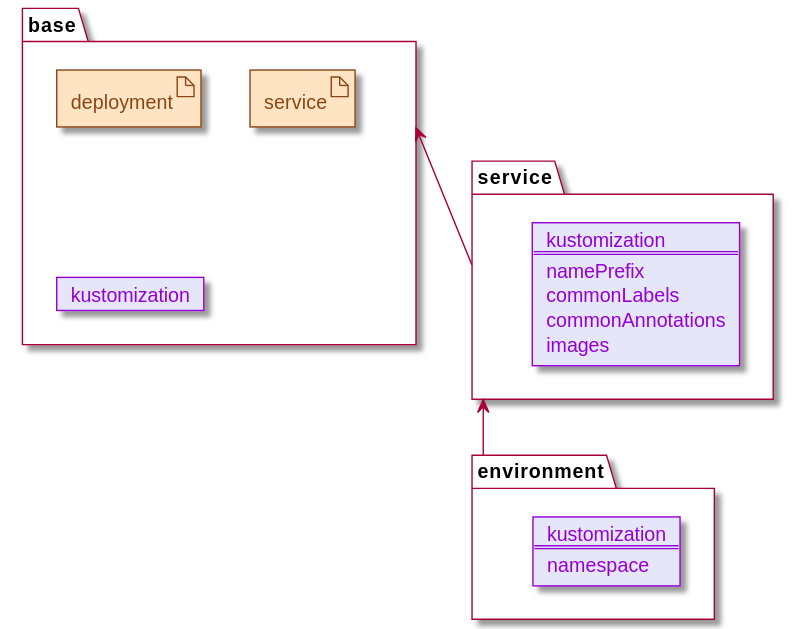
Before: documentation/images/kubernetes-folder-structure.svg, a diagram exported from PlantUML (LanDinh/khaleesi-ninja).
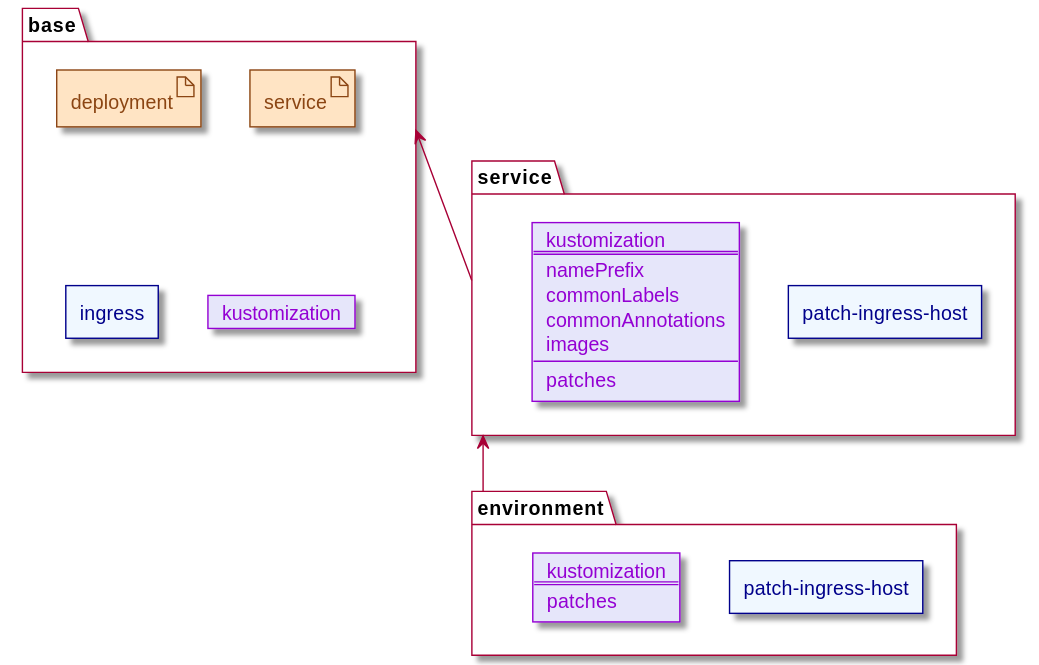
After the change.

What changed in the source:
```diff
@@ -1,5 +1,10 @@
 @startuml
 <style>
+agent {
+  BackgroundColor aliceblue
+  LineColor darkblue
+  FontColor darkblue
+}
 artifact {
   BackgroundColor bisque
   LineColor saddlebrown
@@ -15,10 +20,12 @@
 folder base {
   artifact deployment as base_deployment
   artifact service as base_service
+  agent ingress as base_ingress
   card kustomization as base_kustomization
 }
 
 folder service {
+  agent "patch-ingress-host" as service_patch_ingress_host
   card service_kustomization [
     kustomization
     ====
@@ -26,14 +33,17 @@
     commonLabels
     commonAnnotations
     images
+    ----
+    patches
   ]
 }
 
 folder environment {
+  agent "patch-ingress-host" as environment_patch_ingress_host
   card environment_kustomization [
     kustomization
     ====
-    namespace
+    patches
   ]
 }
 
```
